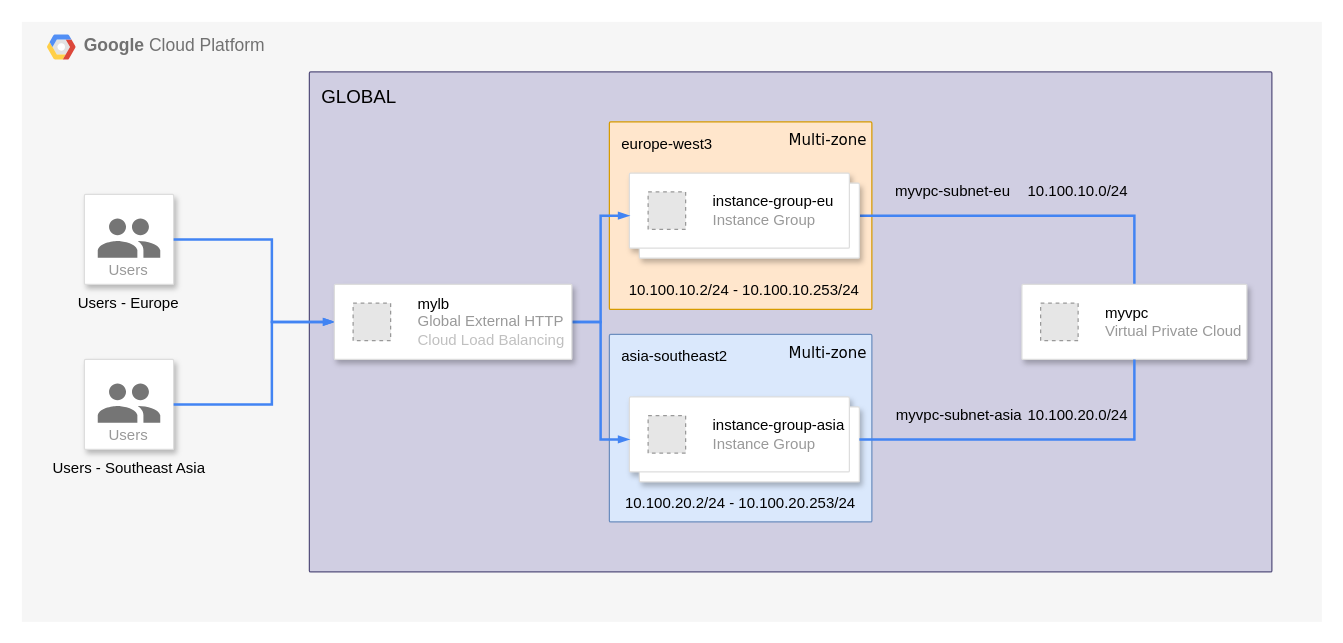
This is architecture.drawio from apirJS/terraform-vpc-lb-mig, a draw.io file, before an edit. Source tidied: cells renumbered, new cells numbered last; positions are measured from the earlier drawing's top-left corner, leaving out a move shared by most shapes. Both pictures are drawn from the tidied source at 125%, with x=0, y=0 at pixel (21, 21). Pictures stored in the file or linked from it are replaced by grey dashed boxes.
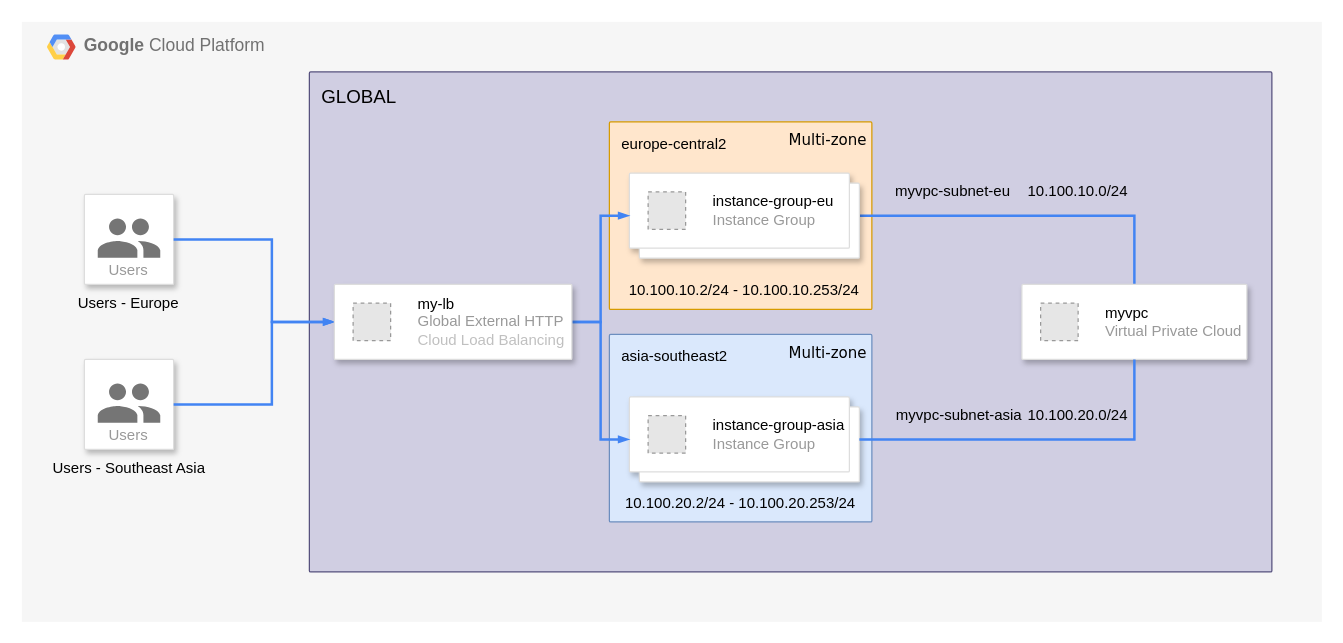
Above is the later version.

Unchanged cells that the change refers to:
```xml
<mxCell id="28" style="strokeColor=#dddddd;shadow=1;strokeWidth=1;rounded=1;absoluteArcSize=1;arcSize=2;" parent="1" vertex="1">
  <mxGeometry x="250" y="210" width="190" height="60" as="geometry" />
</mxCell>
```

Diff of the diagram source:
```diff
@@
-    <mxCell id="12" value="europe-west3" style="sketch=0;rounded=1;absoluteArcSize=1;arcSize=2;html=1;strokeColor=#d79b00;shadow=0;dashed=0;fontSize=12;align=left;verticalAlign=top;spacing=10;spacingTop=-4;whiteSpace=wrap;fillColor=#ffe6cc;" parent="1" vertex="1">
+    <mxCell id="12" value="europe-central2" style="sketch=0;rounded=1;absoluteArcSize=1;arcSize=2;html=1;strokeColor=#d79b00;shadow=0;dashed=0;fontSize=12;align=left;verticalAlign=top;spacing=10;spacingTop=-4;whiteSpace=wrap;fillColor=#ffe6cc;" parent="1" vertex="1">
       <mxGeometry x="470" y="80" width="210" height="150" as="geometry" />
     </mxCell>
@@
-    <mxCell id="29" value="&lt;font color=&quot;#000000&quot;&gt;mylb&lt;/font&gt;&lt;br&gt;Global External HTTP&lt;div&gt;&lt;span style=&quot;color: rgb(192, 192, 192);&quot;&gt;Cloud Load Balancing&lt;/span&gt;&lt;br&gt;&lt;/div&gt;" style="fillColor=#E6E6E6;strokeColor=#999999;dashed=1;html=1;fontColor=#999999;verticalLabelPosition=middle;verticalAlign=middle;labelPosition=right;align=left;spacingLeft=20;" parent="28" vertex="1">
+    <mxCell id="29" value="&lt;font color=&quot;#000000&quot;&gt;my-lb&lt;/font&gt;&lt;br&gt;Global External HTTP&lt;div&gt;&lt;span style=&quot;color: rgb(192, 192, 192);&quot;&gt;Cloud Load Balancing&lt;/span&gt;&lt;br&gt;&lt;/div&gt;" style="fillColor=#E6E6E6;strokeColor=#999999;dashed=1;html=1;fontColor=#999999;verticalLabelPosition=middle;verticalAlign=middle;labelPosition=right;align=left;spacingLeft=20;" parent="28" vertex="1">
       <mxGeometry width="30" height="30" relative="1" as="geometry">
         <mxPoint x="15" y="15" as="offset" />
       </mxGeometry>
     </mxCell>
```
